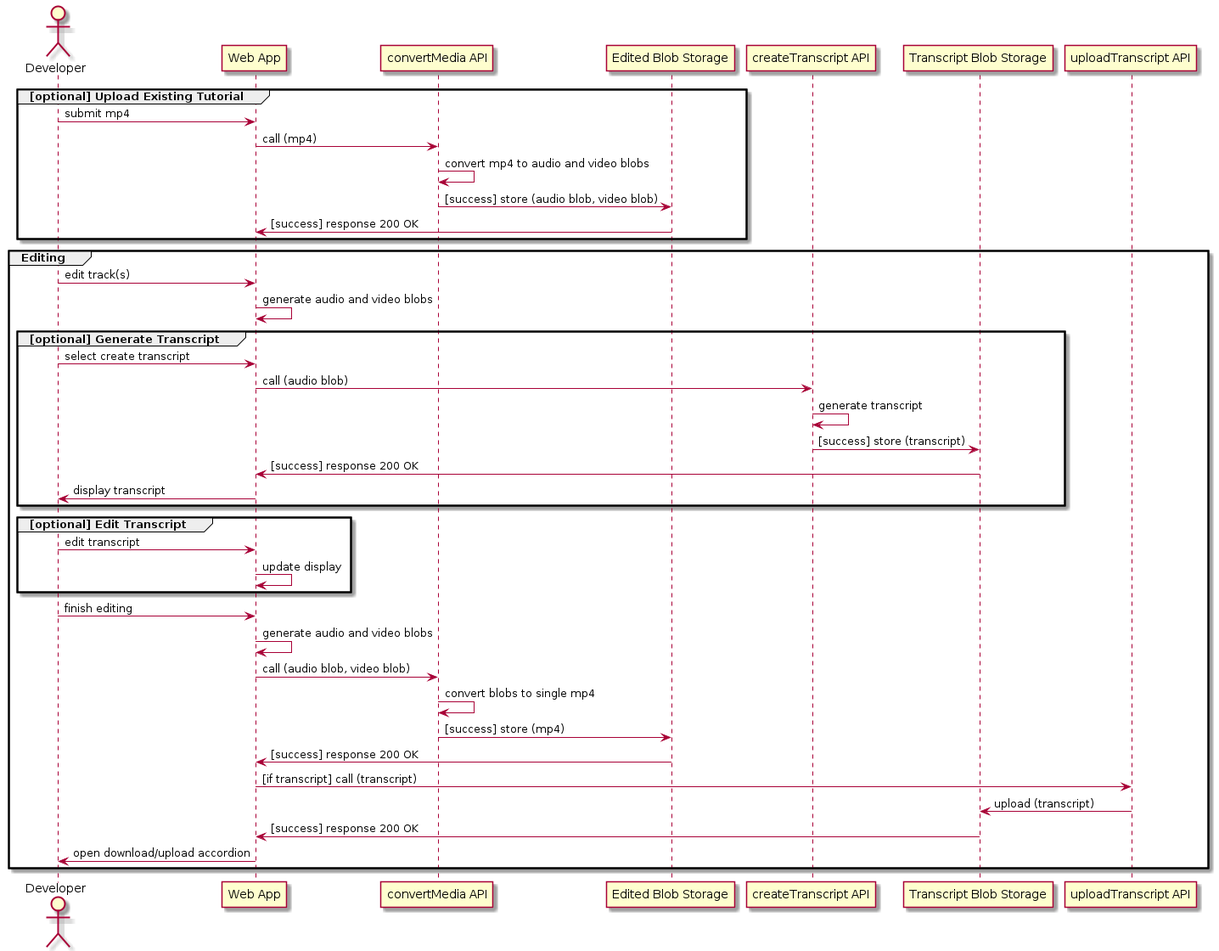
The PlantUML diagram out/examples/editing/editing.png in jennifer-platt/ECM2429-UML, before a commit. Source of this version:
```plantuml
@startuml editing

Actor Developer

group [optional] Upload Existing Tutorial
Developer -> "Web App": submit mp4
"Web App" -> "convertMedia API": call (mp4)
"convertMedia API" <- "convertMedia API": convert mp4 to audio and video blobs
"Edited Blob Storage" <- "convertMedia API": [success] store (audio blob, video blob)
"Web App" <- "Edited Blob Storage": [success] response 200 OK
end

group Editing
Developer -> "Web App": edit track(s)
"Web App" <- "Web App": generate audio and video blobs

group [optional] Generate Transcript
Developer -> "Web App": select create transcript
"Web App" -> "createTranscript API": call (audio blob)
"createTranscript API" <- "createTranscript API": generate transcript
"Transcript Blob Storage" <- "createTranscript API": [success] store (transcript)
"Web App" <- "Transcript Blob Storage": [success] response 200 OK
Developer <- "Web App": display transcript
end

group [optional] Edit Transcript
Developer -> "Web App": edit transcript
"Web App" <- "Web App": update display
end

Developer -> "Web App": finish editing
"Web App" <- "Web App": generate audio and video blobs

"Web App" -> "convertMedia API": call (audio blob, video blob)
"convertMedia API" <- "convertMedia API": convert blobs to single mp4
"Edited Blob Storage" <- "convertMedia API": [success] store (mp4)
"Web App" <- "Edited Blob Storage": [success] response 200 OK

"Web App" -> "uploadTranscript API": [if transcript] call (transcript)
"uploadTranscript API" -> "Transcript Blob Storage": upload (transcript)
"Web App" <- "Transcript Blob Storage": [success] response 200 OK
Developer <- "Web App": open download/upload accordion
end

@enduml
```
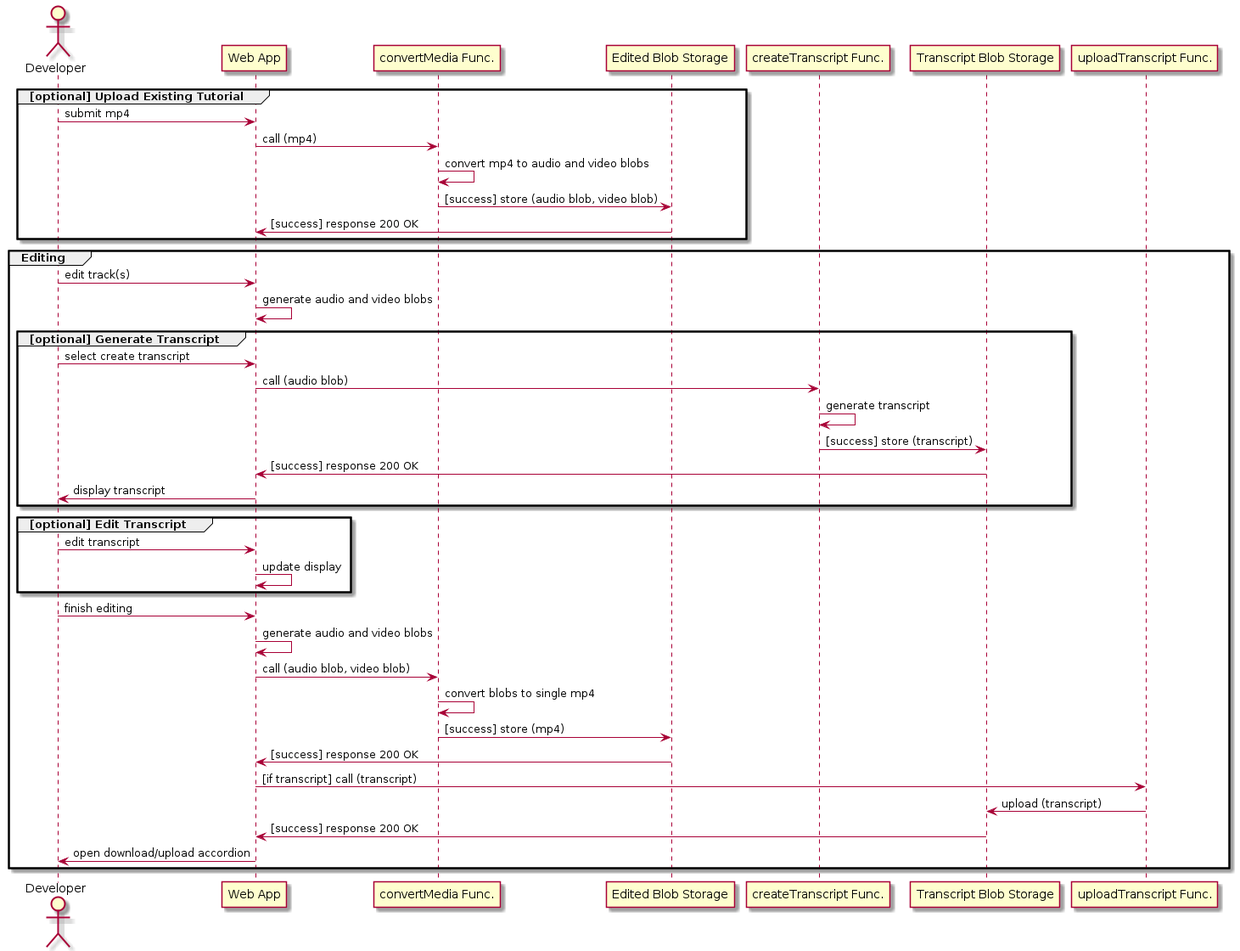
Later version of the same file.

Change to the diagram source:
```diff
@@ -4,9 +4,9 @@
 
 group [optional] Upload Existing Tutorial
 Developer -> "Web App": submit mp4
-"Web App" -> "convertMedia API": call (mp4)
-"convertMedia API" <- "convertMedia API": convert mp4 to audio and video blobs
-"Edited Blob Storage" <- "convertMedia API": [success] store (audio blob, video blob)
+"Web App" -> "convertMedia Func.": call (mp4)
+"convertMedia Func." <- "convertMedia Func.": convert mp4 to audio and video blobs
+"Edited Blob Storage" <- "convertMedia Func.": [success] store (audio blob, video blob)
 "Web App" <- "Edited Blob Storage": [success] response 200 OK
 end
 
@@ -16,9 +16,9 @@
 
 group [optional] Generate Transcript
 Developer -> "Web App": select create transcript
-"Web App" -> "createTranscript API": call (audio blob)
-"createTranscript API" <- "createTranscript API": generate transcript
-"Transcript Blob Storage" <- "createTranscript API": [success] store (transcript)
+"Web App" -> "createTranscript Func.": call (audio blob)
+"createTranscript Func." <- "createTranscript Func.": generate transcript
+"Transcript Blob Storage" <- "createTranscript Func.": [success] store (transcript)
 "Web App" <- "Transcript Blob Storage": [success] response 200 OK
 Developer <- "Web App": display transcript
 end
@@ -31,13 +31,13 @@
 Developer -> "Web App": finish editing
 "Web App" <- "Web App": generate audio and video blobs
 
-"Web App" -> "convertMedia API": call (audio blob, video blob)
-"convertMedia API" <- "convertMedia API": convert blobs to single mp4
-"Edited Blob Storage" <- "convertMedia API": [success] store (mp4)
+"Web App" -> "convertMedia Func.": call (audio blob, video blob)
+"convertMedia Func." <- "convertMedia Func.": convert blobs to single mp4
+"Edited Blob Storage" <- "convertMedia Func.": [success] store (mp4)
 "Web App" <- "Edited Blob Storage": [success] response 200 OK
 
-"Web App" -> "uploadTranscript API": [if transcript] call (transcript)
-"uploadTranscript API" -> "Transcript Blob Storage": upload (transcript)
+"Web App" -> "uploadTranscript Func.": [if transcript] call (transcript)
+"uploadTranscript Func." -> "Transcript Blob Storage": upload (transcript)
 "Web App" <- "Transcript Blob Storage": [success] response 200 OK
 Developer <- "Web App": open download/upload accordion
 end
```
